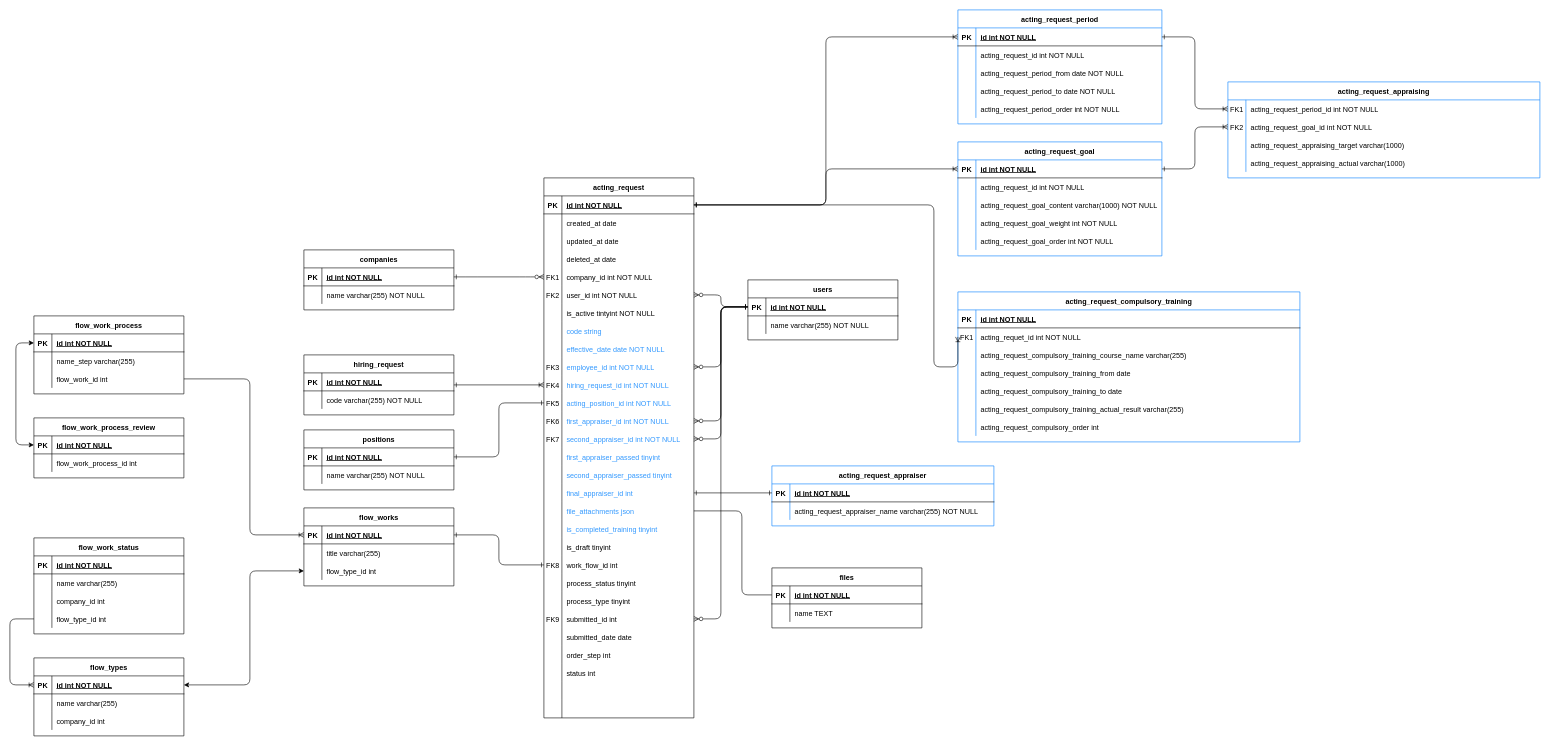
This is hrtech_acting_request.drawio from minh91a1/drawio, a draw.io file, before an edit. Source tidied: cells renumbered, new cells numbered last; positions are measured from the earlier drawing's top-left corner, leaving out a move shared by most shapes. Both pictures are drawn from the tidied source at 60%, with x=0, y=0 at pixel (10, 10).
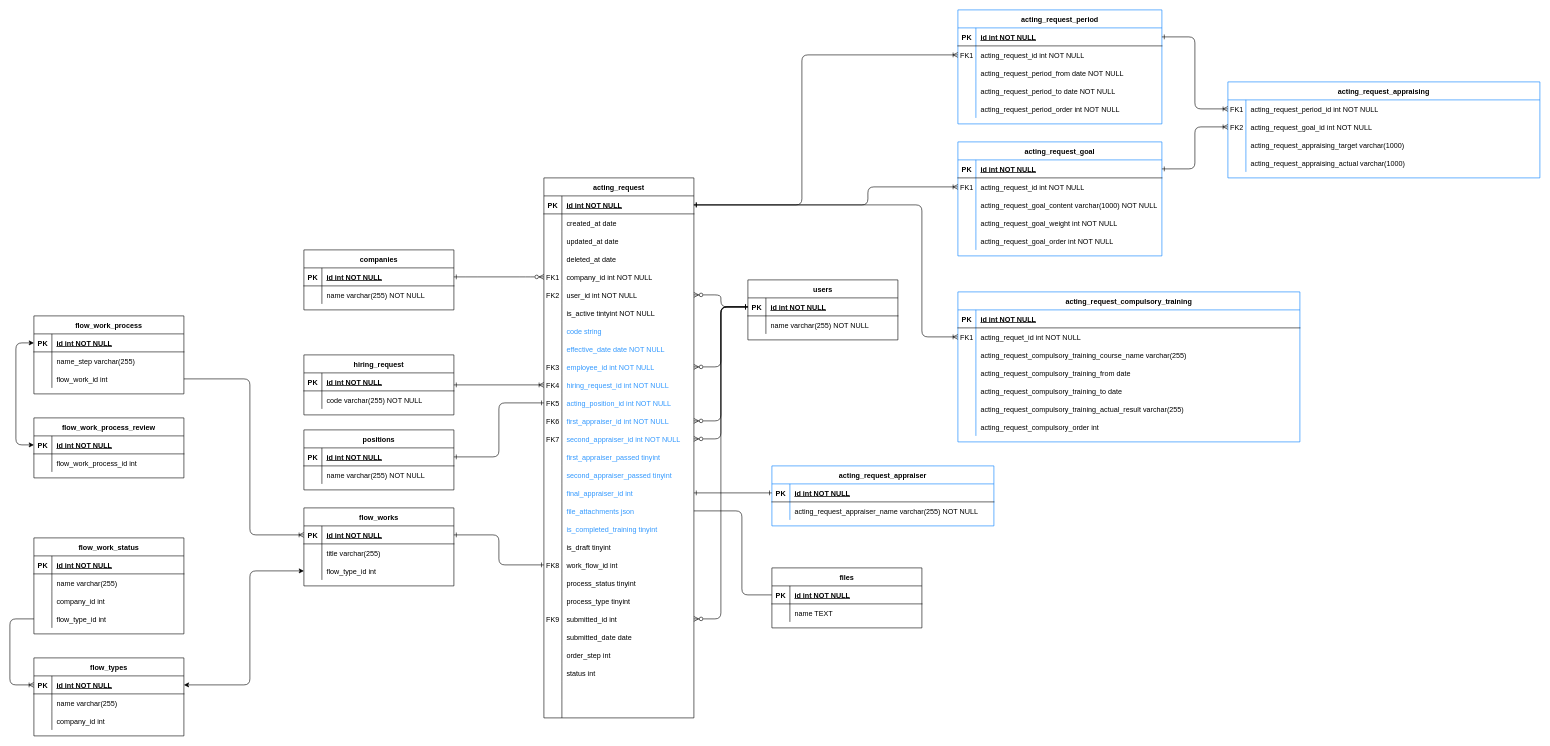
The same page after the edit.

The change refers to these unchanged cells:
```xml
<mxCell id="4" style="shape=partialRectangle;fillColor=none;points=[[0,0.5],[1,0.5]];portConstraint=eastwest;top=0;left=0;right=0;bottom=1;" parent="3" vertex="1">
  <mxGeometry y="30" width="250" height="30" as="geometry" />
</mxCell>
<mxCell id="133" style="shape=partialRectangle;fillColor=none;points=[[0,0.5],[1,0.5]];portConstraint=eastwest;top=0;left=0;right=0;bottom=1;" parent="132" vertex="1">
  <mxGeometry y="30" width="340" height="30" as="geometry" />
</mxCell>
<mxCell id="136" style="shape=partialRectangle;fillColor=none;points=[[0,0.5],[1,0.5]];portConstraint=eastwest;top=0;left=0;right=0;bottom=0;" parent="132" vertex="1">
  <mxGeometry y="60" width="340" height="30" as="geometry" />
</mxCell>
<mxCell id="149" style="shape=partialRectangle;fillColor=none;points=[[0,0.5],[1,0.5]];portConstraint=eastwest;top=0;left=0;right=0;bottom=1;" parent="148" vertex="1">
  <mxGeometry y="30" width="340" height="30" as="geometry" />
</mxCell>
<mxCell id="152" style="shape=partialRectangle;fillColor=none;points=[[0,0.5],[1,0.5]];portConstraint=eastwest;top=0;left=0;right=0;bottom=0;" parent="148" vertex="1">
  <mxGeometry y="60" width="340" height="30" as="geometry" />
</mxCell>
<mxCell id="183" style="shape=partialRectangle;fillColor=none;points=[[0,0.5],[1,0.5]];portConstraint=eastwest;top=0;left=0;right=0;bottom=0;" parent="179" vertex="1">
  <mxGeometry y="60" width="570" height="30" as="geometry" />
</mxCell>
```

Diff of the diagram source:
```diff
@@
-    <mxCell id="137" style="shape=partialRectangle;overflow=hidden;fillColor=none;top=0;left=0;bottom=0;right=0;" parent="136" vertex="1">
+    <mxCell id="137" value="FK1" style="shape=partialRectangle;overflow=hidden;fillColor=none;top=0;left=0;bottom=0;right=0;" parent="136" vertex="1">
       <mxGeometry width="30" height="30" as="geometry" />
     </mxCell>
@@
-    <mxCell id="153" style="shape=partialRectangle;overflow=hidden;fillColor=none;top=0;left=0;bottom=0;right=0;" parent="152" vertex="1">
+    <mxCell id="153" value="FK1" style="shape=partialRectangle;overflow=hidden;fillColor=none;top=0;left=0;bottom=0;right=0;" parent="152" vertex="1">
       <mxGeometry width="30" height="30" as="geometry" />
     </mxCell>
@@
     <mxCell id="201" style="edgeStyle=orthogonalEdgeStyle;rounded=1;jettySize=auto;html=1;entryX=0;entryY=0.5;entryDx=0;entryDy=0;startArrow=ERone;startFill=0;endArrow=ERoneToMany;endFill=0;" parent="1" edge="1" source="4" target="183">
       <mxGeometry relative="1" as="geometry">
         <Array as="points">
-          <mxPoint x="1540" y="325" />
-          <mxPoint x="1540" y="595" />
+          <mxPoint x="1520" y="325" />
+          <mxPoint x="1520" y="545" />
         </Array>
       </mxGeometry>
     </mxCell>
-    <mxCell id="202" style="edgeStyle=orthogonalEdgeStyle;rounded=1;jettySize=auto;html=1;endArrow=ERoneToMany;endFill=0;startArrow=ERone;startFill=0;entryX=0;entryY=0.5;entryDx=0;entryDy=0;exitX=1;exitY=0.5;exitDx=0;exitDy=0;" parent="1" edge="1" source="4" target="133">
-      <mxGeometry relative="1" as="geometry" />
+    <mxCell id="202" style="edgeStyle=orthogonalEdgeStyle;rounded=1;jettySize=auto;html=1;endArrow=ERoneToMany;endFill=0;startArrow=ERone;startFill=0;exitX=1;exitY=0.5;exitDx=0;exitDy=0;entryX=0;entryY=0.5;entryDx=0;entryDy=0;" parent="1" edge="1" source="4" target="136">
+      <mxGeometry relative="1" as="geometry">
+        <Array as="points">
+          <mxPoint x="1320" y="325" />
+          <mxPoint x="1320" y="75" />
+        </Array>
+      </mxGeometry>
     </mxCell>
-    <mxCell id="203" style="edgeStyle=orthogonalEdgeStyle;rounded=1;jettySize=auto;html=1;endArrow=ERoneToMany;endFill=0;startArrow=ERone;startFill=0;entryX=0;entryY=0.5;entryDx=0;entryDy=0;exitX=1;exitY=0.5;exitDx=0;exitDy=0;" parent="1" edge="1" source="4" target="149">
-      <mxGeometry relative="1" as="geometry" />
+    <mxCell id="203" style="edgeStyle=orthogonalEdgeStyle;rounded=1;jettySize=auto;html=1;endArrow=ERoneToMany;endFill=0;startArrow=ERone;startFill=0;exitX=1;exitY=0.5;exitDx=0;exitDy=0;entryX=0;entryY=0.5;entryDx=0;entryDy=0;" parent="1" edge="1" source="4" target="152">
+      <mxGeometry relative="1" as="geometry">
+        <Array as="points">
+          <mxPoint x="1430" y="325" />
+          <mxPoint x="1430" y="295" />
+        </Array>
+      </mxGeometry>
     </mxCell>
```
